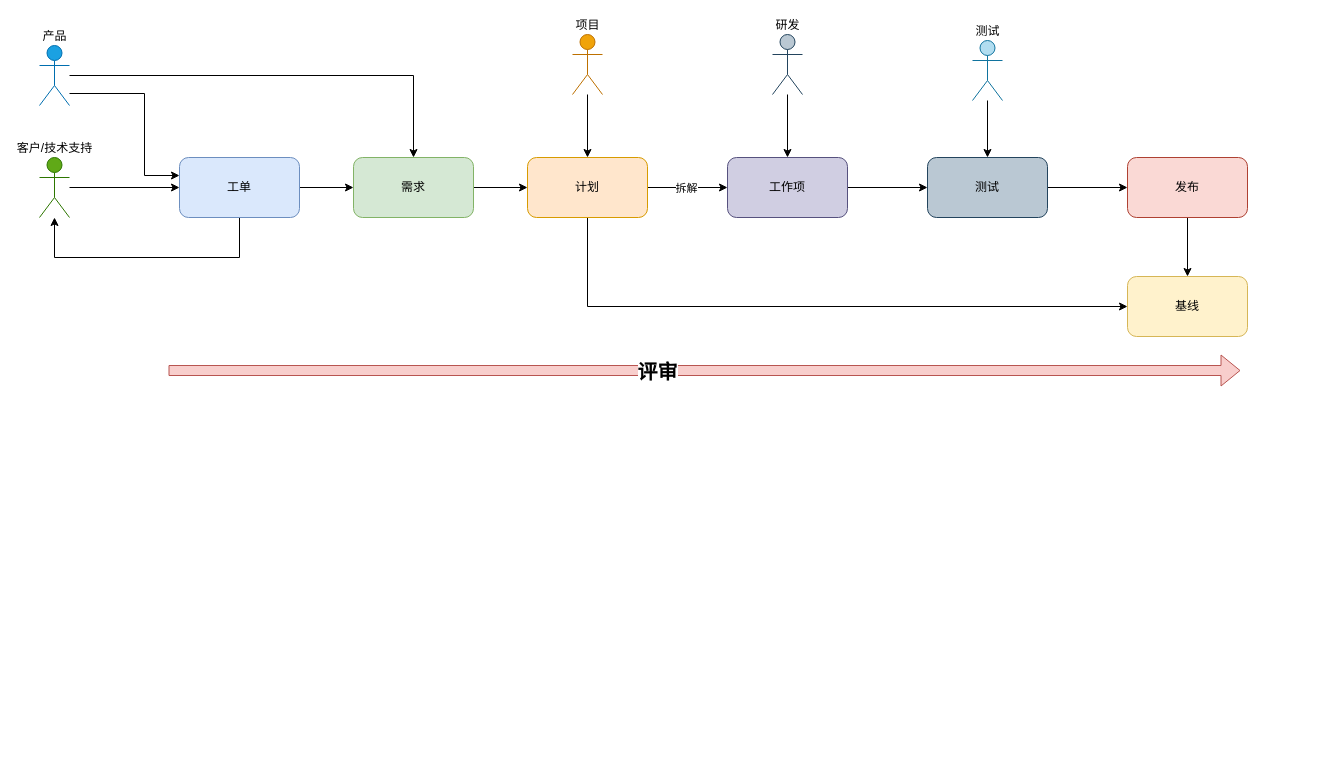
Earlier version of the draw.io diagram draw/项目管理.drawio (elmagnificogi/elmagnificogi.github.io). Source tidied: cells renumbered, new cells numbered last; positions are measured from the earlier drawing's top-left corner, leaving out a move shared by most shapes. Both pictures are drawn from the tidied source at 100%, with x=0, y=0 at pixel (39, 34).
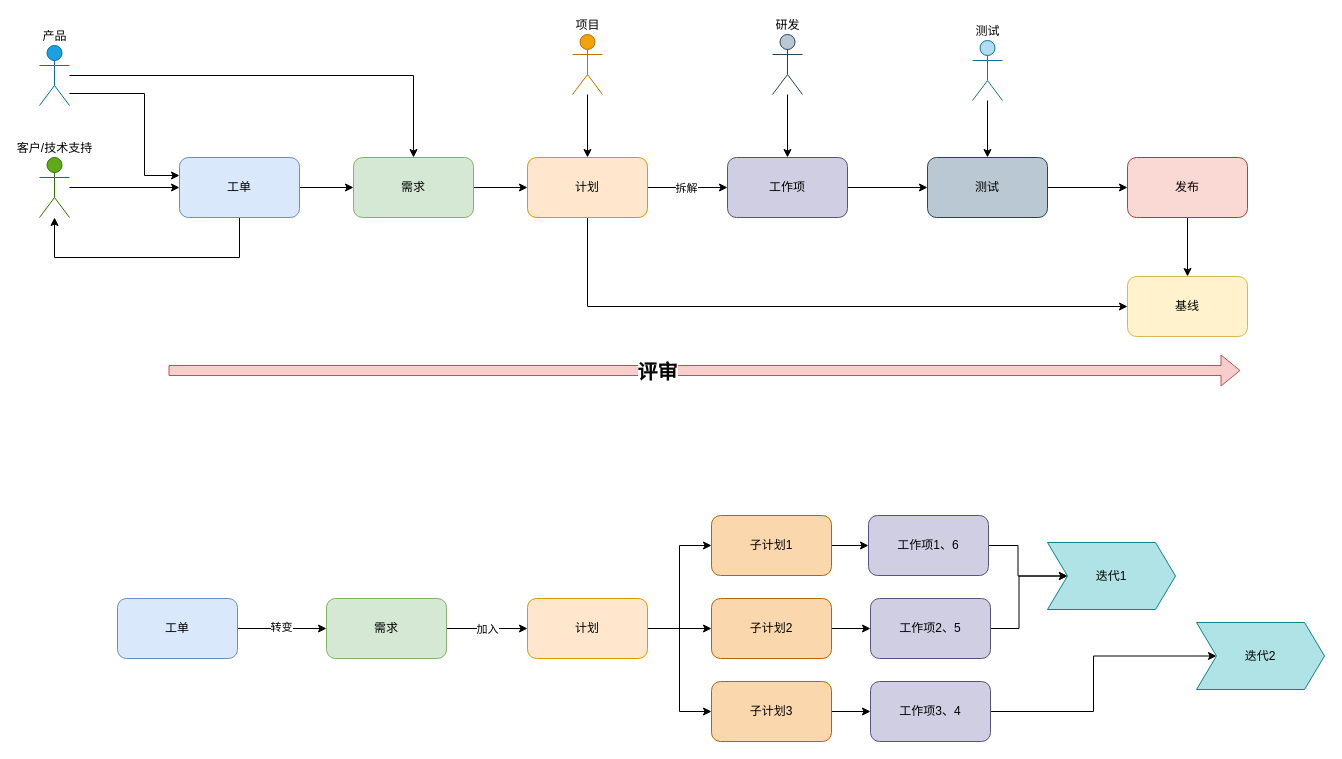
After the change.

What changed in the source:
```diff
@@
+    <mxCell id="31" style="edgeStyle=orthogonalEdgeStyle;rounded=0;jettySize=auto;html=1;" parent="1" edge="1" source="33" target="37">
+      <mxGeometry relative="1" as="geometry" />
+    </mxCell>
+    <mxCell id="32" value="加入" style="edgeLabel;html=1;align=center;verticalAlign=middle;" parent="31" vertex="1">
+      <mxGeometry x="-0.01" relative="1" as="geometry" />
+    </mxCell>
+    <mxCell id="33" value="需求" style="rounded=1;whiteSpace=wrap;html=1;fillColor=#d5e8d4;strokeColor=#82b366;" parent="1" vertex="1">
+      <mxGeometry x="287" y="564" width="120" height="60" as="geometry" />
+    </mxCell>
+    <mxCell id="34" style="edgeStyle=orthogonalEdgeStyle;rounded=0;jettySize=auto;html=1;" parent="1" edge="1" source="37" target="46">
+      <mxGeometry relative="1" as="geometry">
+        <Array as="points">
+          <mxPoint x="640" y="594" />
+          <mxPoint x="640" y="511" />
+        </Array>
+      </mxGeometry>
+    </mxCell>
+    <mxCell id="35" style="edgeStyle=orthogonalEdgeStyle;rounded=0;jettySize=auto;html=1;" parent="1" edge="1" source="37" target="48">
+      <mxGeometry relative="1" as="geometry" />
+    </mxCell>
+    <mxCell id="36" style="edgeStyle=orthogonalEdgeStyle;rounded=0;jettySize=auto;html=1;" parent="1" edge="1" source="37" target="50">
+      <mxGeometry relative="1" as="geometry">
+        <Array as="points">
+          <mxPoint x="640" y="594" />
+          <mxPoint x="640" y="677" />
+        </Array>
+      </mxGeometry>
+    </mxCell>
+    <mxCell id="37" value="计划" style="rounded=1;whiteSpace=wrap;html=1;fillColor=#ffe6cc;strokeColor=#d79b00;" parent="1" vertex="1">
+      <mxGeometry x="488" y="564" width="120" height="60" as="geometry" />
+    </mxCell>
+    <mxCell id="38" style="edgeStyle=orthogonalEdgeStyle;rounded=0;jettySize=auto;html=1;" parent="1" edge="1" source="40" target="33">
+      <mxGeometry relative="1" as="geometry" />
+    </mxCell>
+    <mxCell id="39" value="转变" style="edgeLabel;html=1;align=center;verticalAlign=middle;" parent="38" vertex="1">
+      <mxGeometry x="-0.03" y="2" relative="1" as="geometry" />
+    </mxCell>
+    <mxCell id="40" value="工单" style="rounded=1;whiteSpace=wrap;html=1;fillColor=#dae8fc;strokeColor=#6c8ebf;" parent="1" vertex="1">
+      <mxGeometry x="78" y="564" width="120" height="60" as="geometry" />
+    </mxCell>
+    <mxCell id="41" style="edgeStyle=orthogonalEdgeStyle;rounded=0;jettySize=auto;html=1;" parent="1" edge="1" source="42" target="53">
+      <mxGeometry relative="1" as="geometry" />
+    </mxCell>
+    <mxCell id="42" value="工作项1、6" style="rounded=1;whiteSpace=wrap;html=1;fillColor=#d0cee2;strokeColor=#56517e;" parent="1" vertex="1">
+      <mxGeometry x="829" y="481" width="120" height="60" as="geometry" />
+    </mxCell>
+    <mxCell id="43" style="edgeStyle=orthogonalEdgeStyle;rounded=0;jettySize=auto;html=1;entryX=0;entryY=0.5;entryDx=0;entryDy=0;" parent="1" edge="1" source="44" target="53">
+      <mxGeometry relative="1" as="geometry" />
+    </mxCell>
+    <mxCell id="44" value="工作项2、5" style="rounded=1;whiteSpace=wrap;html=1;fillColor=#d0cee2;strokeColor=#56517e;" parent="1" vertex="1">
+      <mxGeometry x="831" y="564" width="120" height="60" as="geometry" />
+    </mxCell>
+    <mxCell id="45" style="edgeStyle=orthogonalEdgeStyle;rounded=0;jettySize=auto;html=1;" parent="1" edge="1" source="46" target="42">
+      <mxGeometry relative="1" as="geometry" />
+    </mxCell>
+    <mxCell id="46" value="子计划1" style="rounded=1;whiteSpace=wrap;html=1;fillColor=#fad7ac;strokeColor=#b46504;" parent="1" vertex="1">
+      <mxGeometry x="672" y="481" width="120" height="60" as="geometry" />
+    </mxCell>
+    <mxCell id="47" style="edgeStyle=orthogonalEdgeStyle;rounded=0;jettySize=auto;html=1;" parent="1" edge="1" source="48" target="44">
+      <mxGeometry relative="1" as="geometry" />
+    </mxCell>
+    <mxCell id="48" value="子计划2" style="rounded=1;whiteSpace=wrap;html=1;fillColor=#fad7ac;strokeColor=#b46504;" parent="1" vertex="1">
+      <mxGeometry x="672" y="564" width="120" height="60" as="geometry" />
+    </mxCell>
+    <mxCell id="49" style="edgeStyle=orthogonalEdgeStyle;rounded=0;jettySize=auto;html=1;" parent="1" edge="1" source="50" target="52">
+      <mxGeometry relative="1" as="geometry" />
+    </mxCell>
+    <mxCell id="50" value="子计划3" style="rounded=1;whiteSpace=wrap;html=1;fillColor=#fad7ac;strokeColor=#b46504;" parent="1" vertex="1">
+      <mxGeometry x="672" y="647" width="120" height="60" as="geometry" />
+    </mxCell>
+    <mxCell id="51" style="edgeStyle=orthogonalEdgeStyle;rounded=0;jettySize=auto;html=1;entryX=0;entryY=0.5;entryDx=0;entryDy=0;" parent="1" edge="1" source="52" target="54">
+      <mxGeometry relative="1" as="geometry" />
+    </mxCell>
+    <mxCell id="52" value="工作项3、4" style="rounded=1;whiteSpace=wrap;html=1;fillColor=#d0cee2;strokeColor=#56517e;" parent="1" vertex="1">
+      <mxGeometry x="831" y="647" width="120" height="60" as="geometry" />
+    </mxCell>
+    <mxCell id="53" value="迭代1" style="shape=step;perimeter=stepPerimeter;whiteSpace=wrap;html=1;fixedSize=1;fillColor=#b0e3e6;strokeColor=#0e8088;" parent="1" vertex="1">
+      <mxGeometry x="1008" y="508" width="128" height="67" as="geometry" />
+    </mxCell>
+    <mxCell id="54" value="迭代2" style="shape=step;perimeter=stepPerimeter;whiteSpace=wrap;html=1;fixedSize=1;fillColor=#b0e3e6;strokeColor=#0e8088;" parent="1" vertex="1">
+      <mxGeometry x="1157" y="588" width="128" height="67" as="geometry" />
+    </mxCell>
```
